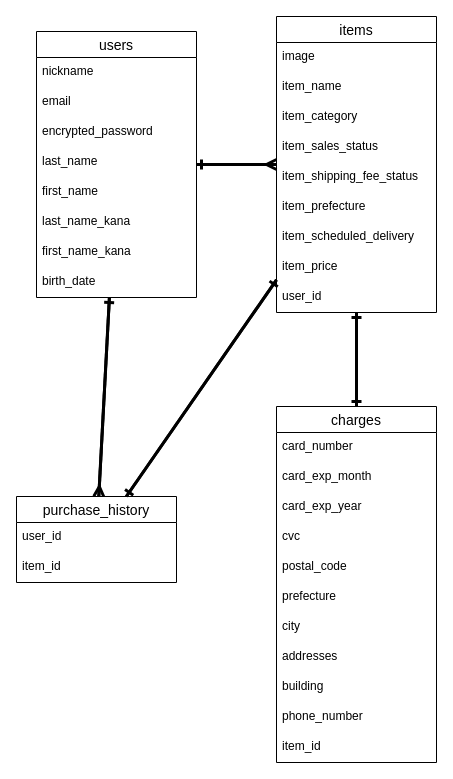
Above: furima.dio in yw6870/furima-32560 (draw.io), before the change. Source tidied: cells renumbered, new cells numbered last; positions are measured from the earlier drawing's top-left corner, leaving out a move shared by most shapes. Both pictures are drawn from the tidied source at 100%, with x=0, y=0 at pixel (16, 16).
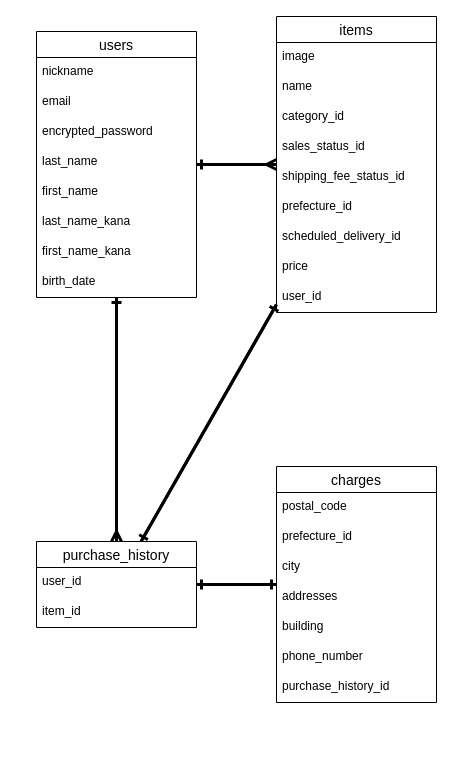
The same diagram, later.

Unchanged cells that the change refers to:
```xml
<mxCell id="11" value="items" style="swimlane;fontStyle=0;horizontal=1;startSize=26;align=center;fontSize=14;" parent="1" vertex="1">
  <mxGeometry x="260" width="160" height="296" as="geometry" />
</mxCell>
```

Diff of the diagram source:
```diff
@@
-    <mxCell id="13" value="item_name" style="text;strokeColor=none;fillColor=none;spacingLeft=4;spacingRight=4;overflow=hidden;fontSize=12;" parent="11" vertex="1">
+    <mxCell id="13" value="name" style="text;strokeColor=none;fillColor=none;spacingLeft=4;spacingRight=4;overflow=hidden;fontSize=12;" parent="11" vertex="1">
       <mxGeometry y="56" width="160" height="30" as="geometry" />
     </mxCell>
-    <mxCell id="14" value="item_category" style="text;strokeColor=none;fillColor=none;spacingLeft=4;spacingRight=4;overflow=hidden;fontSize=12;" parent="11" vertex="1">
+    <mxCell id="14" value="category_id" style="text;strokeColor=none;fillColor=none;spacingLeft=4;spacingRight=4;overflow=hidden;fontSize=12;" parent="11" vertex="1">
       <mxGeometry y="86" width="160" height="30" as="geometry" />
     </mxCell>
-    <mxCell id="15" value="item_sales_status" style="text;strokeColor=none;fillColor=none;spacingLeft=4;spacingRight=4;overflow=hidden;fontSize=12;" parent="11" vertex="1">
+    <mxCell id="15" value="sales_status_id" style="text;strokeColor=none;fillColor=none;spacingLeft=4;spacingRight=4;overflow=hidden;fontSize=12;" parent="11" vertex="1">
       <mxGeometry y="116" width="160" height="30" as="geometry" />
     </mxCell>
-    <mxCell id="16" value="item_shipping_fee_status" style="text;strokeColor=none;fillColor=none;spacingLeft=4;spacingRight=4;overflow=hidden;fontSize=12;" parent="11" vertex="1">
+    <mxCell id="16" value="shipping_fee_status_id" style="text;strokeColor=none;fillColor=none;spacingLeft=4;spacingRight=4;overflow=hidden;fontSize=12;" parent="11" vertex="1">
       <mxGeometry y="146" width="160" height="30" as="geometry" />
     </mxCell>
-    <mxCell id="17" value="item_prefecture" style="text;strokeColor=none;fillColor=none;spacingLeft=4;spacingRight=4;overflow=hidden;fontSize=12;" parent="11" vertex="1">
+    <mxCell id="17" value="prefecture_id" style="text;strokeColor=none;fillColor=none;spacingLeft=4;spacingRight=4;overflow=hidden;fontSize=12;" parent="11" vertex="1">
       <mxGeometry y="176" width="160" height="30" as="geometry" />
     </mxCell>
-    <mxCell id="18" value="item_scheduled_delivery" style="text;strokeColor=none;fillColor=none;spacingLeft=4;spacingRight=4;overflow=hidden;fontSize=12;" parent="11" vertex="1">
+    <mxCell id="18" value="scheduled_delivery_id" style="text;strokeColor=none;fillColor=none;spacingLeft=4;spacingRight=4;overflow=hidden;fontSize=12;" parent="11" vertex="1">
       <mxGeometry y="206" width="160" height="30" as="geometry" />
     </mxCell>
-    <mxCell id="19" value="item_price" style="text;strokeColor=none;fillColor=none;spacingLeft=4;spacingRight=4;overflow=hidden;fontSize=12;" parent="11" vertex="1">
+    <mxCell id="19" value="price" style="text;strokeColor=none;fillColor=none;spacingLeft=4;spacingRight=4;overflow=hidden;fontSize=12;" parent="11" vertex="1">
       <mxGeometry y="236" width="160" height="30" as="geometry" />
     </mxCell>
@@
     <mxCell id="21" value="charges" style="swimlane;fontStyle=0;horizontal=1;startSize=26;align=center;fontSize=14;" parent="1" vertex="1">
-      <mxGeometry x="260" y="390" width="160" height="356" as="geometry" />
+      <mxGeometry x="260" y="450" width="160" height="236" as="geometry" />
     </mxCell>
-    <mxCell id="22" value="card_number" style="text;strokeColor=none;fillColor=none;spacingLeft=4;spacingRight=4;overflow=hidden;fontSize=12;" parent="21" vertex="1">
-      <mxGeometry y="26" width="160" height="30" as="geometry" />
-    </mxCell>
-    <mxCell id="23" value="card_exp_month" style="text;strokeColor=none;fillColor=none;spacingLeft=4;spacingRight=4;overflow=hidden;fontSize=12;" parent="21" vertex="1">
-      <mxGeometry y="56" width="160" height="30" as="geometry" />
-    </mxCell>
-    <mxCell id="24" value="card_exp_year" style="text;strokeColor=none;fillColor=none;spacingLeft=4;spacingRight=4;overflow=hidden;fontSize=12;" parent="21" vertex="1">
-      <mxGeometry y="86" width="160" height="30" as="geometry" />
-    </mxCell>
-    <mxCell id="25" value="cvc" style="text;strokeColor=none;fillColor=none;spacingLeft=4;spacingRight=4;overflow=hidden;fontSize=12;" parent="21" vertex="1">
-      <mxGeometry y="116" width="160" height="30" as="geometry" />
-    </mxCell>
     <mxCell id="26" value="postal_code" style="text;strokeColor=none;fillColor=none;spacingLeft=4;spacingRight=4;overflow=hidden;fontSize=12;" parent="21" vertex="1">
-      <mxGeometry y="146" width="160" height="30" as="geometry" />
+      <mxGeometry y="26" width="160" height="30" as="geometry" />
     </mxCell>
-    <mxCell id="27" value="prefecture" style="text;strokeColor=none;fillColor=none;spacingLeft=4;spacingRight=4;overflow=hidden;fontSize=12;" parent="21" vertex="1">
-      <mxGeometry y="176" width="160" height="30" as="geometry" />
+    <mxCell id="27" value="prefecture_id" style="text;strokeColor=none;fillColor=none;spacingLeft=4;spacingRight=4;overflow=hidden;fontSize=12;" parent="21" vertex="1">
+      <mxGeometry y="56" width="160" height="30" as="geometry" />
     </mxCell>
     <mxCell id="28" value="city" style="text;strokeColor=none;fillColor=none;spacingLeft=4;spacingRight=4;overflow=hidden;fontSize=12;" parent="21" vertex="1">
-      <mxGeometry y="206" width="160" height="30" as="geometry" />
+      <mxGeometry y="86" width="160" height="30" as="geometry" />
     </mxCell>
     <mxCell id="29" value="addresses" style="text;strokeColor=none;fillColor=none;spacingLeft=4;spacingRight=4;overflow=hidden;fontSize=12;" parent="21" vertex="1">
-      <mxGeometry y="236" width="160" height="30" as="geometry" />
+      <mxGeometry y="116" width="160" height="30" as="geometry" />
     </mxCell>
     <mxCell id="30" value="building" style="text;strokeColor=none;fillColor=none;spacingLeft=4;spacingRight=4;overflow=hidden;fontSize=12;" parent="21" vertex="1">
-      <mxGeometry y="266" width="160" height="30" as="geometry" />
+      <mxGeometry y="146" width="160" height="30" as="geometry" />
     </mxCell>
     <mxCell id="31" value="phone_number" style="text;strokeColor=none;fillColor=none;spacingLeft=4;spacingRight=4;overflow=hidden;fontSize=12;" parent="21" vertex="1">
-      <mxGeometry y="296" width="160" height="30" as="geometry" />
+      <mxGeometry y="176" width="160" height="30" as="geometry" />
     </mxCell>
-    <mxCell id="32" value="item_id" style="text;strokeColor=none;fillColor=none;spacingLeft=4;spacingRight=4;overflow=hidden;fontSize=12;" parent="21" vertex="1">
-      <mxGeometry y="326" width="160" height="30" as="geometry" />
+    <mxCell id="32" value="purchase_history_id" style="text;strokeColor=none;fillColor=none;spacingLeft=4;spacingRight=4;overflow=hidden;fontSize=12;" parent="21" vertex="1">
+      <mxGeometry y="206" width="160" height="30" as="geometry" />
     </mxCell>
@@
-    <mxCell id="34" style="fontSize=12;html=1;endArrow=ERone;endFill=1;strokeWidth=3;" parent="1" edge="1" source="21" target="11">
+    <mxCell id="34" style="fontSize=12;html=1;endArrow=ERone;endFill=1;strokeWidth=3;" parent="1" edge="1" source="39" target="11">
       <mxGeometry relative="1" as="geometry" />
     </mxCell>
-    <mxCell id="35" style="fontSize=12;html=1;endArrow=ERone;endFill=1;strokeWidth=3;" parent="1" edge="1" source="11" target="21">
+    <mxCell id="35" style="fontSize=12;html=1;endArrow=ERone;endFill=1;strokeWidth=3;" parent="1" edge="1" source="11" target="39">
       <mxGeometry relative="1" as="geometry" />
     </mxCell>
@@
     <mxCell id="39" value="purchase_history" style="swimlane;fontStyle=0;horizontal=1;startSize=26;align=center;fontSize=14;" parent="1" vertex="1">
-      <mxGeometry y="480" width="160" height="86" as="geometry" />
+      <mxGeometry x="20" y="525" width="160" height="86" as="geometry" />
     </mxCell>
@@
-    <mxCell id="42" style="fontSize=12;html=1;endArrow=ERone;endFill=1;strokeWidth=3;" parent="1" edge="1" source="11" target="39">
+    <mxCell id="42" style="fontSize=12;html=1;endArrow=ERone;endFill=1;strokeWidth=3;" parent="1" edge="1" source="21" target="39">
       <mxGeometry relative="1" as="geometry" />
     </mxCell>
-    <mxCell id="43" style="fontSize=12;html=1;endArrow=ERone;endFill=1;strokeWidth=3;" parent="1" edge="1" source="39" target="11">
+    <mxCell id="43" style="fontSize=12;html=1;endArrow=ERone;endFill=1;strokeWidth=3;" parent="1" edge="1" source="39" target="21">
       <mxGeometry relative="1" as="geometry" />
     </mxCell>
```
